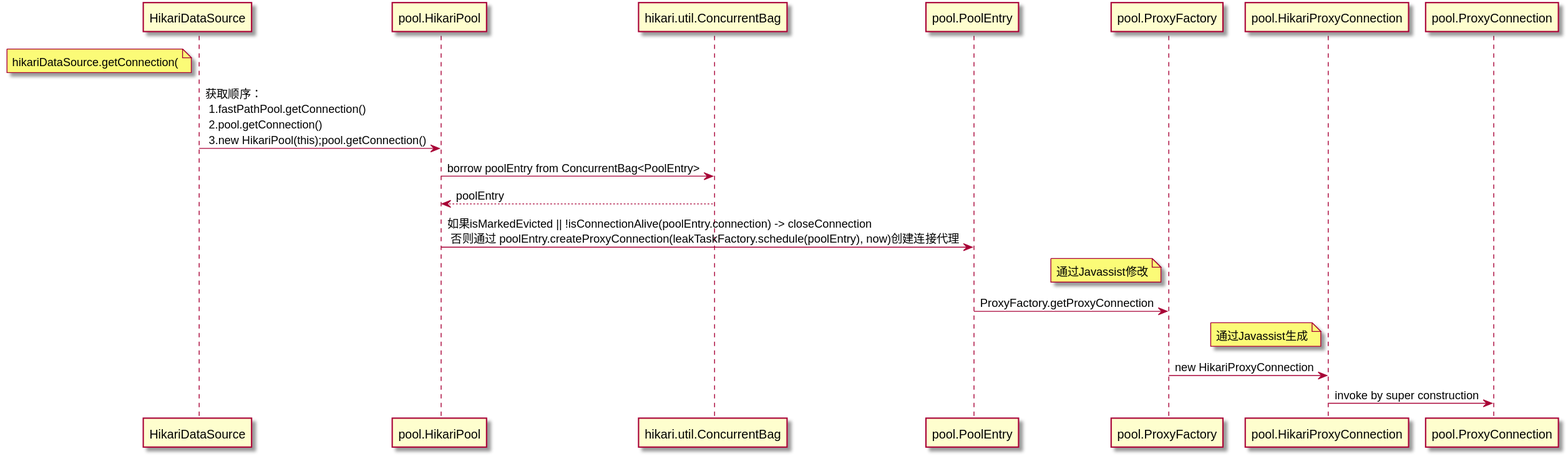
The PlantUML diagram uml/hikariCP-connection-diagram.svg in CasimirYang/demoframework, before a commit.
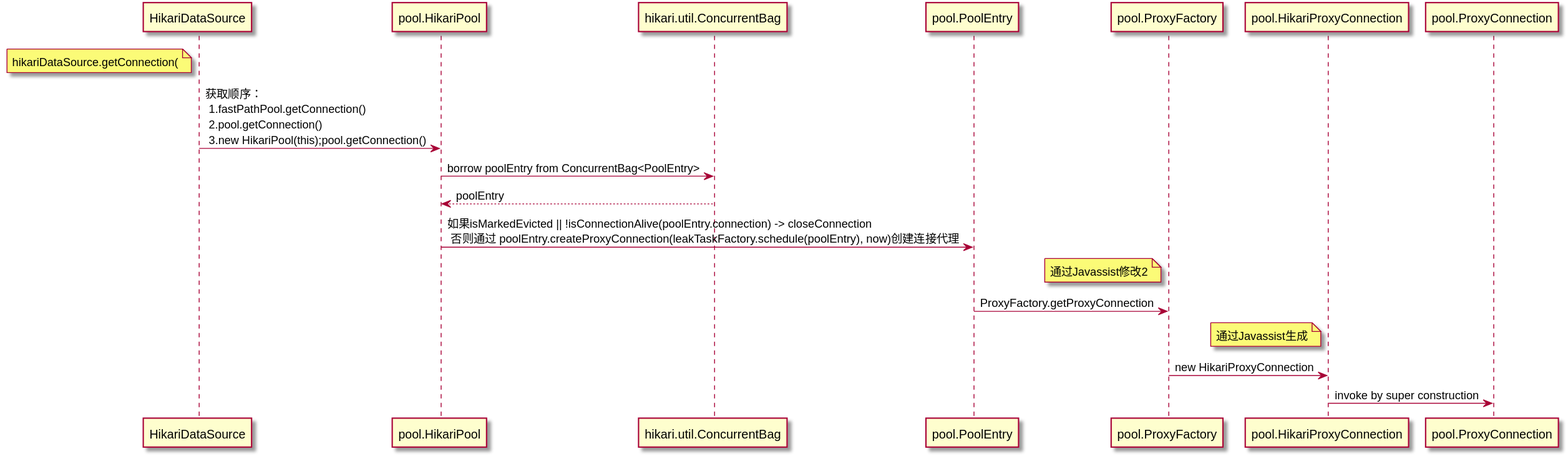
After the change.

The edit, as a diff of the source:
```diff
@@ -4,7 +4,7 @@
 pool.HikariPool-> hikari.util.ConcurrentBag: borrow poolEntry from ConcurrentBag<PoolEntry>
 hikari.util.ConcurrentBag --> pool.HikariPool: poolEntry
 pool.HikariPool -> pool.PoolEntry: 如果isMarkedEvicted || !isConnectionAlive(poolEntry.connection) -> closeConnection \n 否则通过 poolEntry.createProxyConnection(leakTaskFactory.schedule(poolEntry), now)创建连接代理
-note left of pool.ProxyFactory:通过Javassist修改
+note left of pool.ProxyFactory:通过Javassist修改2
 pool.PoolEntry -> pool.ProxyFactory: ProxyFactory.getProxyConnection
 note left of pool.HikariProxyConnection:通过Javassist生成
 pool.ProxyFactory -> pool.HikariProxyConnection: new HikariProxyConnection
```
